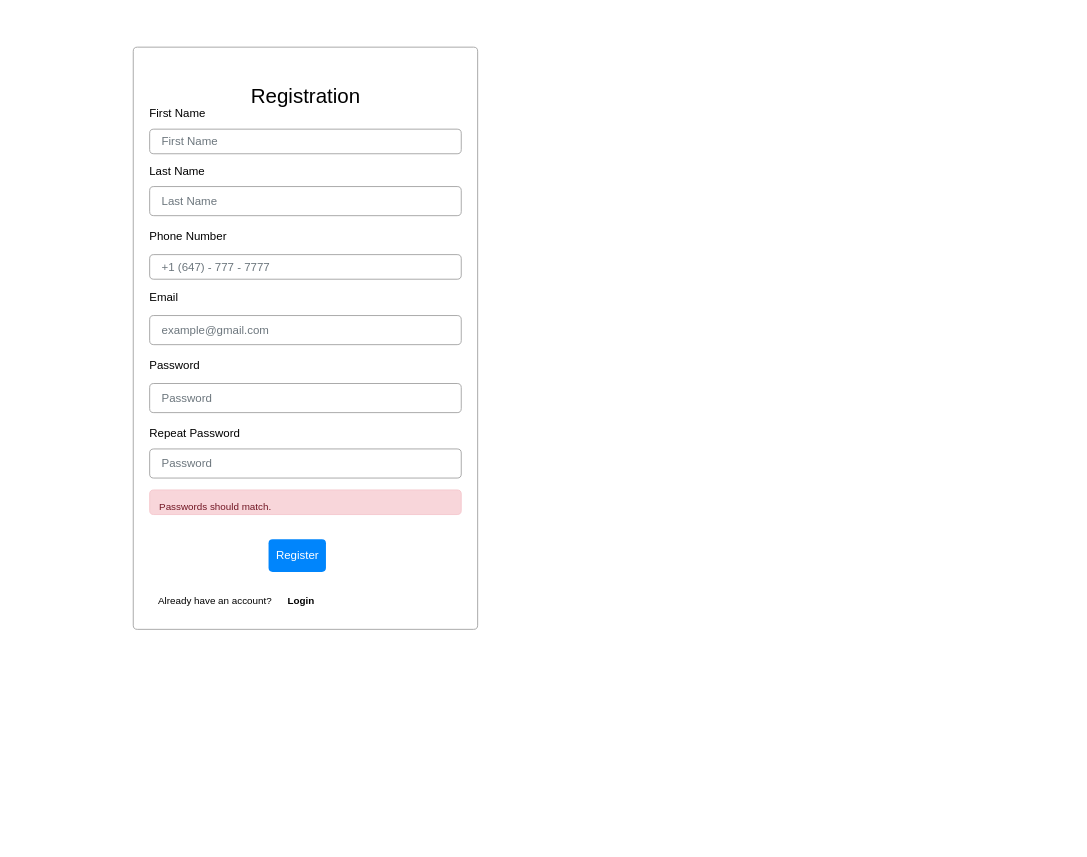
The draw.io diagram Wireframe_Mockups/RegistrationPage.drawio in Awrmani/AutoQuotes, before the edit. Source tidied: cells renumbered, new cells numbered last; positions are measured from the earlier drawing's top-left corner, leaving out a move shared by most shapes. Both pictures are drawn from the tidied source at 82%, with x=0, y=0 at pixel (133, 47).
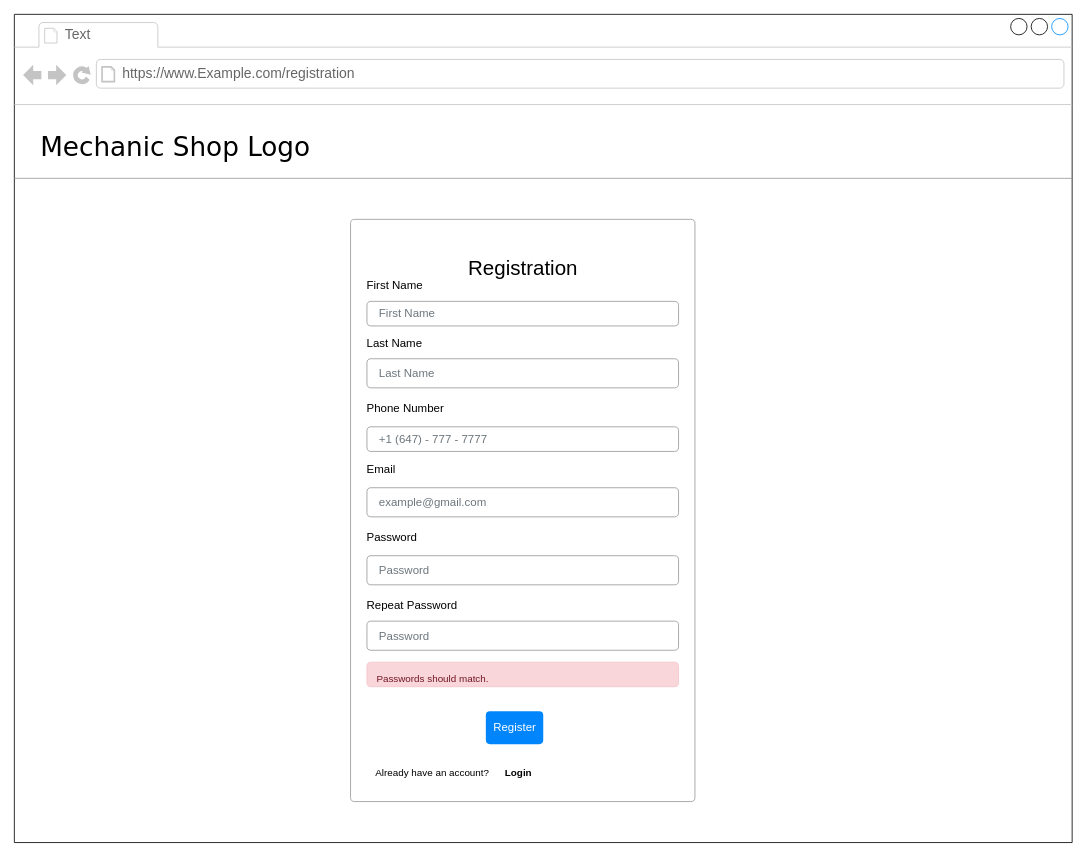
The same diagram, later.

Commit message (it also covers changes not shown here):
Added Registration, Login and Deposit.

What changed in the source:
```diff
@@
-    <mxCell id="2" style="html=1;shadow=0;dashed=0;shape=mxgraph.bootstrap.rrect;rSize=5;fillColor=#ffffff;strokeColor=#999999;" parent="1" vertex="1">
-      <mxGeometry width="420" height="710" as="geometry" />
-    </mxCell>
+    <mxCell id="20" style="strokeWidth=1;shadow=0;dashed=0;align=left;html=1;shape=mxgraph.mockup.containers.browserWindow;rSize=0;mainText=,;rounded=0;labelBackgroundColor=none;fontFamily=Verdana;fontSize=12;" parent="1" vertex="1">
+      <mxGeometry x="-145" y="-40" width="1290" height="1010" as="geometry" />
+    </mxCell>
+    <mxCell id="21" value="Text" style="strokeWidth=1;shadow=0;dashed=0;align=center;html=1;shape=mxgraph.mockup.containers.anchor;fontSize=17;fontColor=#666666;align=left;" parent="20" vertex="1">
+      <mxGeometry x="60" y="12" width="150" height="28" as="geometry" />
+    </mxCell>
+    <mxCell id="22" value="https://www.Example.com/registration" style="strokeWidth=1;shadow=0;dashed=0;align=center;html=1;shape=mxgraph.mockup.containers.anchor;rSize=0;fontSize=17;fontColor=#666666;align=left;" parent="20" vertex="1">
+      <mxGeometry x="130" y="60" width="250" height="26" as="geometry" />
+    </mxCell>
+    <mxCell id="23" value="&lt;font style=&quot;font-size: 32px;&quot;&gt;Mechanic Shop Logo&lt;/font&gt;" style="text;html=1;align=left;verticalAlign=top;spacingTop=-4;fontSize=30;fontFamily=Verdana;" parent="20" vertex="1">
+      <mxGeometry x="30" y="140" width="340" height="50" as="geometry" />
+    </mxCell>
+    <mxCell id="24" style="verticalLabelPosition=bottom;shadow=0;dashed=0;align=center;html=1;verticalAlign=top;strokeWidth=1;shape=mxgraph.mockup.markup.line;strokeColor=#999999;rounded=0;labelBackgroundColor=none;fillColor=#ffffff;fontFamily=Verdana;fontSize=12;fontColor=#000000;" parent="20" vertex="1">
+      <mxGeometry y="190" width="1290" height="20" as="geometry" />
+    </mxCell>
+    <mxCell id="25" style="html=1;shadow=0;dashed=0;shape=mxgraph.bootstrap.rrect;rSize=5;fillColor=#ffffff;strokeColor=#999999;" parent="20" vertex="1">
+      <mxGeometry x="410" y="250" width="420" height="710" as="geometry" />
+    </mxCell>
-    <mxCell id="3" value="First Name" style="fillColor=none;strokeColor=none;align=left;spacing=20;fontSize=14;" parent="2" vertex="1">
+    <mxCell id="3" value="First Name" style="fillColor=none;strokeColor=none;align=left;spacing=20;fontSize=14;" parent="25" vertex="1">
       <mxGeometry width="220" height="40" relative="1" as="geometry">
         <mxPoint y="60" as="offset" />
       </mxGeometry>
     </mxCell>
-    <mxCell id="4" value="First Name" style="html=1;shadow=0;dashed=0;shape=mxgraph.bootstrap.rrect;rSize=5;fillColor=none;strokeColor=#999999;align=left;spacing=15;fontSize=14;fontColor=#6C767D;" parent="2" vertex="1">
+    <mxCell id="4" value="First Name" style="html=1;shadow=0;dashed=0;shape=mxgraph.bootstrap.rrect;rSize=5;fillColor=none;strokeColor=#999999;align=left;spacing=15;fontSize=14;fontColor=#6C767D;" parent="25" vertex="1">
       <mxGeometry width="380" height="30" relative="1" as="geometry">
         <mxPoint x="20" y="100" as="offset" />
       </mxGeometry>
     </mxCell>
-    <mxCell id="5" value="Last Name" style="fillColor=none;strokeColor=none;align=left;spacing=20;fontSize=14;" parent="2" vertex="1">
+    <mxCell id="5" value="Last Name" style="fillColor=none;strokeColor=none;align=left;spacing=20;fontSize=14;" parent="25" vertex="1">
       <mxGeometry width="220" height="40" relative="1" as="geometry">
         <mxPoint y="130" as="offset" />
       </mxGeometry>
     </mxCell>
-    <mxCell id="6" value="+1 (647) - 777 - 7777" style="html=1;shadow=0;dashed=0;shape=mxgraph.bootstrap.rrect;rSize=5;fillColor=none;strokeColor=#999999;align=left;spacing=15;fontSize=14;fontColor=#6C767D;" parent="2" vertex="1">
+    <mxCell id="6" value="+1 (647) - 777 - 7777" style="html=1;shadow=0;dashed=0;shape=mxgraph.bootstrap.rrect;rSize=5;fillColor=none;strokeColor=#999999;align=left;spacing=15;fontSize=14;fontColor=#6C767D;" parent="25" vertex="1">
       <mxGeometry width="380" height="30" relative="1" as="geometry">
         <mxPoint x="20" y="253" as="offset" />
       </mxGeometry>
     </mxCell>
-    <mxCell id="7" value="Register" style="html=1;shadow=0;dashed=0;shape=mxgraph.bootstrap.rrect;rSize=5;fillColor=#0085FC;strokeColor=none;align=center;fontSize=14;fontColor=#FFFFFF;" parent="2" vertex="1">
+    <mxCell id="7" value="Register" style="html=1;shadow=0;dashed=0;shape=mxgraph.bootstrap.rrect;rSize=5;fillColor=#0085FC;strokeColor=none;align=center;fontSize=14;fontColor=#FFFFFF;" parent="25" vertex="1">
       <mxGeometry width="70" height="40" relative="1" as="geometry">
         <mxPoint x="165" y="600" as="offset" />
       </mxGeometry>
     </mxCell>
-    <mxCell id="8" value="&lt;font style=&quot;font-size: 25px;&quot;&gt;Registration&lt;/font&gt;" style="text;html=1;strokeColor=none;fillColor=none;align=center;verticalAlign=middle;whiteSpace=wrap;rounded=0;" parent="2" vertex="1">
+    <mxCell id="8" value="&lt;font style=&quot;font-size: 25px;&quot;&gt;Registration&lt;/font&gt;" style="text;html=1;strokeColor=none;fillColor=none;align=center;verticalAlign=middle;whiteSpace=wrap;rounded=0;" parent="25" vertex="1">
       <mxGeometry x="137.5" y="33" width="145" height="49.5" as="geometry" />
     </mxCell>
-    <mxCell id="9" value="Last Name" style="html=1;shadow=0;dashed=0;shape=mxgraph.bootstrap.rrect;rSize=5;fillColor=none;strokeColor=#999999;align=left;spacing=15;fontSize=14;fontColor=#6C767D;" parent="2" vertex="1">
+    <mxCell id="9" value="Last Name" style="html=1;shadow=0;dashed=0;shape=mxgraph.bootstrap.rrect;rSize=5;fillColor=none;strokeColor=#999999;align=left;spacing=15;fontSize=14;fontColor=#6C767D;" parent="25" vertex="1">
       <mxGeometry x="20" y="170" width="380" height="35.5" as="geometry" />
     </mxCell>
-    <mxCell id="10" value="Phone Number" style="fillColor=none;strokeColor=none;align=left;spacing=20;fontSize=14;" parent="2" vertex="1">
+    <mxCell id="10" value="Phone Number" style="fillColor=none;strokeColor=none;align=left;spacing=20;fontSize=14;" parent="25" vertex="1">
       <mxGeometry y="205.5" width="220" height="47.3" as="geometry" />
     </mxCell>
-    <mxCell id="11" value="Email" style="fillColor=none;strokeColor=none;align=left;spacing=20;fontSize=14;" parent="2" vertex="1">
+    <mxCell id="11" value="Email" style="fillColor=none;strokeColor=none;align=left;spacing=20;fontSize=14;" parent="25" vertex="1">
       <mxGeometry y="280" width="220" height="47.3" as="geometry" />
     </mxCell>
-    <mxCell id="12" value="example@gmail.com" style="html=1;shadow=0;dashed=0;shape=mxgraph.bootstrap.rrect;rSize=5;fillColor=none;strokeColor=#999999;align=left;spacing=15;fontSize=14;fontColor=#6C767D;" parent="2" vertex="1">
+    <mxCell id="12" value="example@gmail.com" style="html=1;shadow=0;dashed=0;shape=mxgraph.bootstrap.rrect;rSize=5;fillColor=none;strokeColor=#999999;align=left;spacing=15;fontSize=14;fontColor=#6C767D;" parent="25" vertex="1">
       <mxGeometry x="20" y="327.3" width="380" height="35.5" as="geometry" />
     </mxCell>
-    <mxCell id="13" value="Password" style="fillColor=none;strokeColor=none;align=left;spacing=20;fontSize=14;" parent="2" vertex="1">
+    <mxCell id="13" value="Password" style="fillColor=none;strokeColor=none;align=left;spacing=20;fontSize=14;" parent="25" vertex="1">
       <mxGeometry y="362.8" width="220" height="47.3" as="geometry" />
     </mxCell>
-    <mxCell id="14" value="Password" style="html=1;shadow=0;dashed=0;shape=mxgraph.bootstrap.rrect;rSize=5;fillColor=none;strokeColor=#999999;align=left;spacing=15;fontSize=14;fontColor=#6C767D;" parent="2" vertex="1">
+    <mxCell id="14" value="Password" style="html=1;shadow=0;dashed=0;shape=mxgraph.bootstrap.rrect;rSize=5;fillColor=none;strokeColor=#999999;align=left;spacing=15;fontSize=14;fontColor=#6C767D;" parent="25" vertex="1">
       <mxGeometry x="20" y="410.2" width="380" height="35.5" as="geometry" />
     </mxCell>
-    <mxCell id="15" value="Repeat Password" style="fillColor=none;strokeColor=none;align=left;spacing=20;fontSize=14;" parent="2" vertex="1">
+    <mxCell id="15" value="Repeat Password" style="fillColor=none;strokeColor=none;align=left;spacing=20;fontSize=14;" parent="25" vertex="1">
       <mxGeometry y="445.7" width="220" height="47.3" as="geometry" />
     </mxCell>
-    <mxCell id="16" value="Password" style="html=1;shadow=0;dashed=0;shape=mxgraph.bootstrap.rrect;rSize=5;fillColor=none;strokeColor=#999999;align=left;spacing=15;fontSize=14;fontColor=#6C767D;" parent="2" vertex="1">
+    <mxCell id="16" value="Password" style="html=1;shadow=0;dashed=0;shape=mxgraph.bootstrap.rrect;rSize=5;fillColor=none;strokeColor=#999999;align=left;spacing=15;fontSize=14;fontColor=#6C767D;" parent="25" vertex="1">
       <mxGeometry x="20" y="490" width="380" height="35.5" as="geometry" />
     </mxCell>
-    <mxCell id="17" value="&lt;font style=&quot;font-size: 12px; line-height: 1.2;&quot;&gt;Passwords should match.&lt;/font&gt;" style="html=1;shadow=0;dashed=0;shape=mxgraph.bootstrap.rrect;rSize=5;strokeColor=#F4C5CB;strokeWidth=1;fillColor=#F8D6DA;fontColor=#711623;whiteSpace=wrap;align=left;verticalAlign=middle;spacingLeft=10;fontSize=25;" parent="2" vertex="1">
+    <mxCell id="17" value="&lt;font style=&quot;font-size: 12px; line-height: 1.2;&quot;&gt;Passwords should match.&lt;/font&gt;" style="html=1;shadow=0;dashed=0;shape=mxgraph.bootstrap.rrect;rSize=5;strokeColor=#F4C5CB;strokeWidth=1;fillColor=#F8D6DA;fontColor=#711623;whiteSpace=wrap;align=left;verticalAlign=middle;spacingLeft=10;fontSize=25;" parent="25" vertex="1">
       <mxGeometry x="20" y="540" width="380" height="30" as="geometry" />
     </mxCell>
-    <mxCell id="18" value="Already have an account?" style="text;html=1;strokeColor=none;fillColor=none;align=center;verticalAlign=middle;whiteSpace=wrap;rounded=0;" parent="2" vertex="1">
+    <mxCell id="18" value="Already have an account?" style="text;html=1;strokeColor=none;fillColor=none;align=center;verticalAlign=middle;whiteSpace=wrap;rounded=0;" parent="25" vertex="1">
       <mxGeometry x="15" y="660" width="170" height="30" as="geometry" />
     </mxCell>
-    <mxCell id="19" value="&lt;b&gt;Login&lt;/b&gt;" style="text;html=1;strokeColor=none;fillColor=none;align=center;verticalAlign=middle;whiteSpace=wrap;rounded=0;" parent="2" vertex="1">
+    <mxCell id="19" value="&lt;b&gt;Login&lt;/b&gt;" style="text;html=1;strokeColor=none;fillColor=none;align=center;verticalAlign=middle;whiteSpace=wrap;rounded=0;" parent="25" vertex="1">
       <mxGeometry x="175" y="660" width="60" height="30" as="geometry" />
     </mxCell>
```
